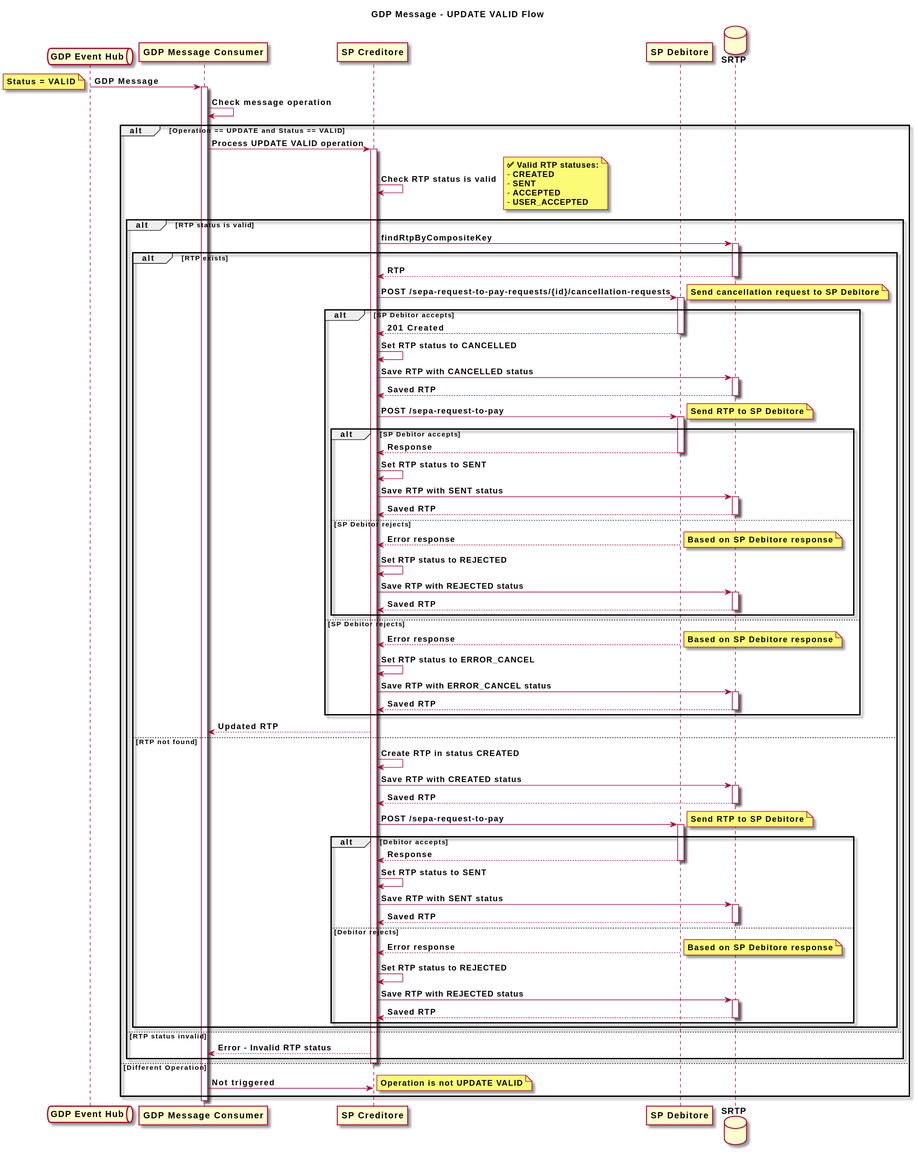
The PlantUML diagram diagrams/update-valid-queue-schema.svg in pagopa/rtp-docs, before a commit.
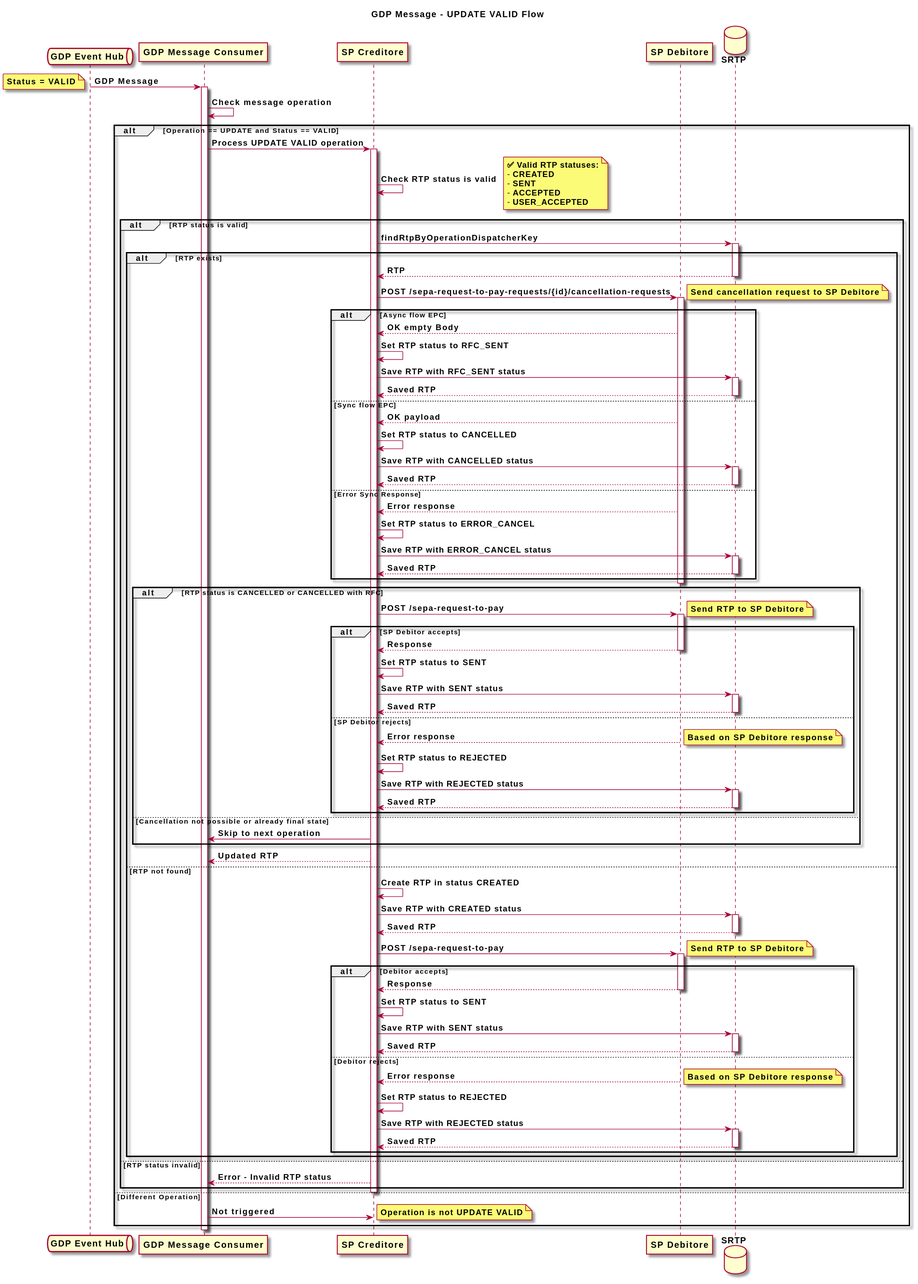
After the change.

Commit message:
feat: [SRTP-1354] Update documentation including new cancellation flow (#37)

The edit, as a diff of the source:
```diff
@@ -28,28 +28,45 @@
   end note
 
   alt **RTP status is valid**
-    SPC -> SRTP: **findRtpByCompositeKey**
+    SPC -> SRTP: **findRtpByOperationDispatcherKey**
     activate SRTP
 
     alt **RTP exists**
       SRTP --> SPC: **RTP**
       deactivate SRTP
 
+
       SPC -> SPD: **POST /sepa-request-to-pay-requests/{id}/cancellation-requests**
       note right: **Send cancellation request to SP Debitore**
       activate SPD
 
-      alt **SP Debitor accepts**
-        SPD --> SPC: **201 Created**
-        deactivate SPD
-
+      alt **Async flow EPC**
+        SPD --> SPC: **OK empty Body**
+        SPC -> SPC: **Set RTP status to RFC_SENT**
+        SPC -> SRTP: **Save RTP with RFC_SENT status**
+        activate SRTP
+        SRTP --> SPC: **Saved RTP**
+        deactivate SRTP
+      else **Sync flow EPC**
+        SPD --> SPC: **OK payload**
         SPC -> SPC: **Set RTP status to CANCELLED**
-
         SPC -> SRTP: **Save RTP with CANCELLED status**
         activate SRTP
         SRTP --> SPC: **Saved RTP**
         deactivate SRTP
 
+      else **Error Sync Response**
+        SPD --> SPC: **Error response**
+        SPC -> SPC: **Set RTP status to ERROR_CANCEL**
+        SPC -> SRTP: **Save RTP with ERROR_CANCEL status**
+        activate SRTP
+        SRTP --> SPC: **Saved RTP**
+        deactivate SRTP
+      end
+
+      deactivate SPD
+
+      alt **RTP status is CANCELLED or CANCELLED with RFC**
         SPC -> SPD: **POST /sepa-request-to-pay**
         note right: **Send RTP to SP Debitore**
         activate SPD
@@ -78,17 +95,8 @@
           deactivate SRTP
         end
 
-      else **SP Debitor rejects**
-        SPD --> SPC: **Error response**
-        deactivate SPD
-        note right: **Based on SP Debitore response**
-
-        SPC -> SPC: **Set RTP status to ERROR_CANCEL**
-
-        SPC -> SRTP: **Save RTP with ERROR_CANCEL status**
-        activate SRTP
-        SRTP --> SPC: **Saved RTP**
-        deactivate SRTP
+      else **Cancellation not possible or already final state**
+        SPC -> Consumer: **Skip to next operation**
       end
 
       SPC --> Consumer: **Updated RTP**
```
